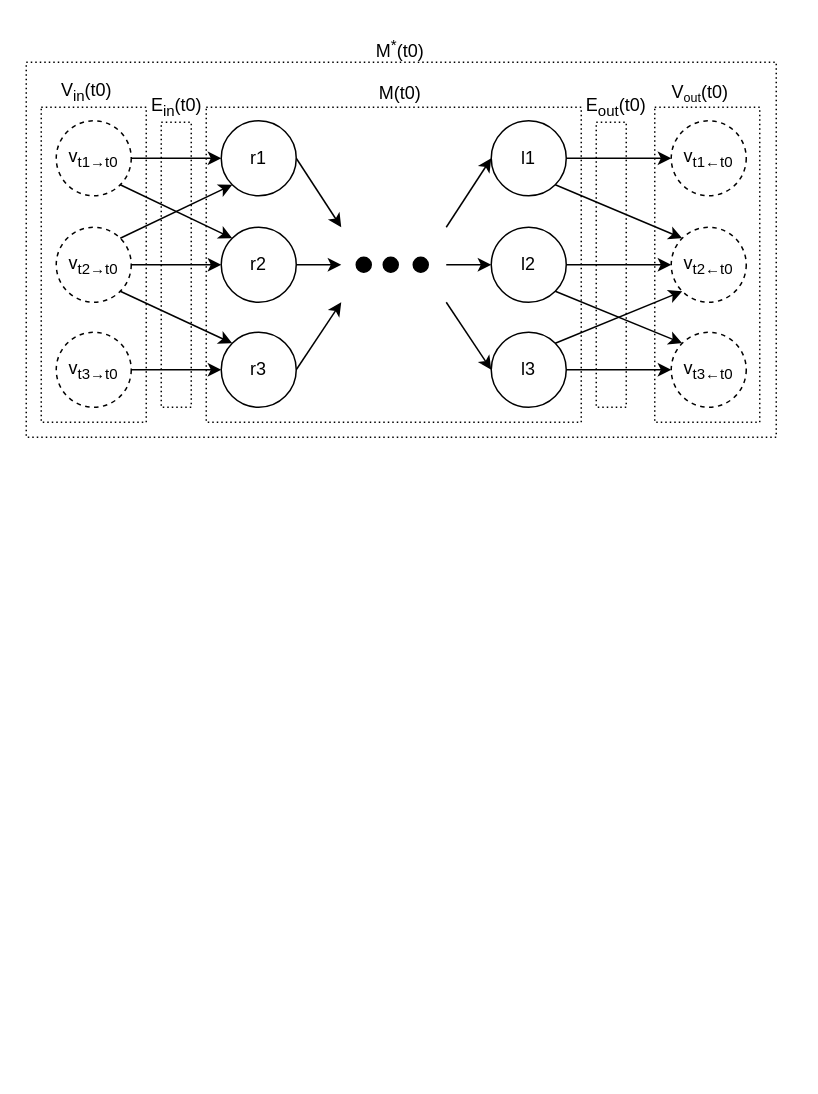
Above: docs/sepia-visualTheory.drawio in josura/c2c-sepia (draw.io), before the change. Source tidied: cells renumbered, new cells numbered last; positions are measured from the earlier drawing's top-left corner, leaving out a move shared by most shapes. Both pictures are drawn from the tidied source at 150%, with x=0, y=0 at pixel (26, 26).
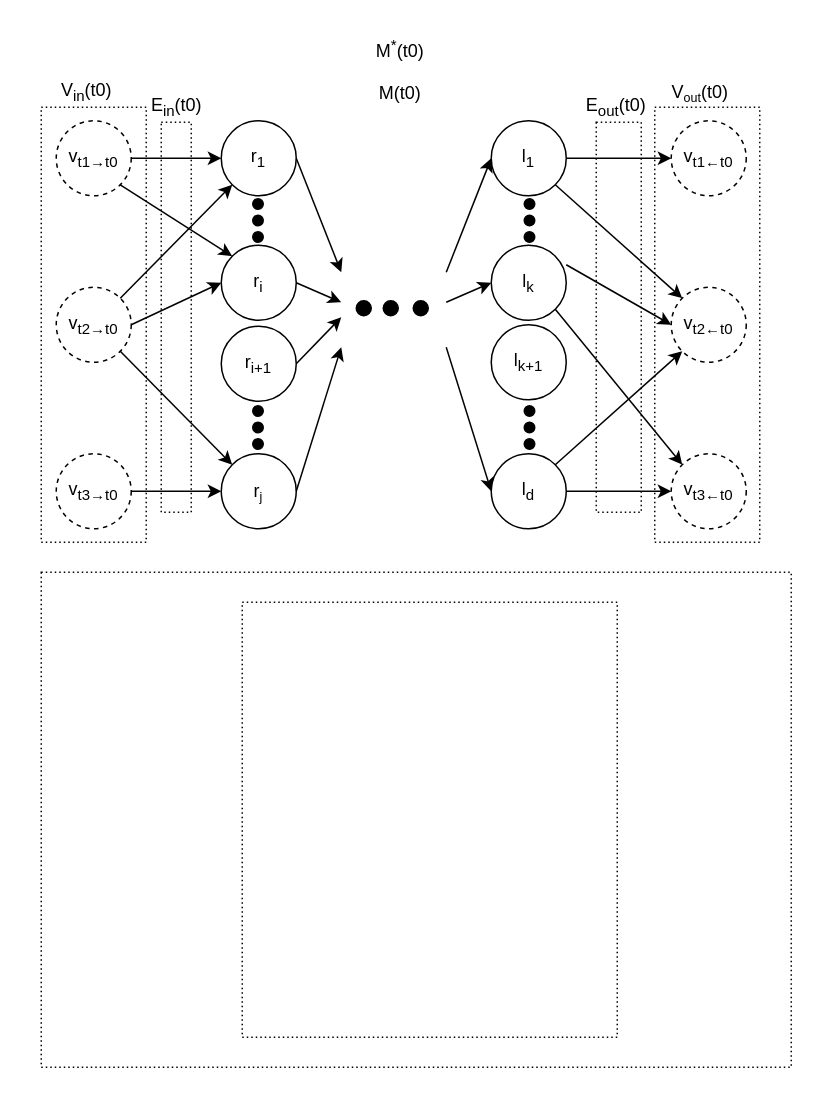
The same diagram, later.

The edit, as a diff of the source:
```diff
@@
     <mxCell id="2" style="rounded=0;whiteSpace=wrap;html=1;fillColor=none;dashed=1;dashPattern=1 2;" parent="1" vertex="1">
-      <mxGeometry y="24" width="500" height="250" as="geometry" />
+      <mxGeometry x="10" y="364" width="500" height="330" as="geometry" />
     </mxCell>
+    <mxCell id="40" style="rounded=0;whiteSpace=wrap;html=1;fillColor=none;dashed=1;dashPattern=1 2;" parent="1" vertex="1">
+      <mxGeometry x="144" y="384" width="250" height="290" as="geometry" />
+    </mxCell>
+    <mxCell id="38" style="rounded=0;whiteSpace=wrap;html=1;fillColor=none;dashed=1;dashPattern=1 2;" parent="1" vertex="1">
+      <mxGeometry x="419" y="54" width="70" height="290" as="geometry" />
+    </mxCell>
     <mxCell id="3" style="rounded=0;whiteSpace=wrap;html=1;fillColor=none;dashed=1;dashPattern=1 2;" parent="1" vertex="1">
-      <mxGeometry x="10" y="54" width="70" height="210" as="geometry" />
+      <mxGeometry x="10" y="54" width="70" height="290" as="geometry" />
     </mxCell>
@@
     <mxCell id="7" value="v&lt;sub&gt;t2&lt;span style=&quot;font-size: 10px;&quot;&gt;→t0&lt;/span&gt;&lt;/sub&gt;" style="ellipse;whiteSpace=wrap;html=1;fillColor=none;dashed=1;" parent="1" vertex="1">
-      <mxGeometry x="20" y="134" width="50" height="50" as="geometry" />
+      <mxGeometry x="20" y="174" width="50" height="50" as="geometry" />
     </mxCell>
     <mxCell id="8" style="edgeStyle=none;rounded=0;jettySize=auto;html=1;exitX=1;exitY=0.5;exitDx=0;exitDy=0;" parent="1" edge="1" source="9">
       <mxGeometry relative="1" as="geometry">
-        <mxPoint x="210" y="159" as="targetPoint" />
+        <mxPoint x="210" y="184" as="targetPoint" />
       </mxGeometry>
     </mxCell>
-    <mxCell id="9" value="r2" style="ellipse;whiteSpace=wrap;html=1;fillColor=none;" parent="1" vertex="1">
-      <mxGeometry x="130" y="134" width="50" height="50" as="geometry" />
+    <mxCell id="9" value="r&lt;sub&gt;i&lt;/sub&gt;" style="ellipse;whiteSpace=wrap;html=1;fillColor=none;" parent="1" vertex="1">
+      <mxGeometry x="130" y="146" width="50" height="50" as="geometry" />
     </mxCell>
     <mxCell id="10" value="v&lt;sub&gt;t2&lt;span style=&quot;font-size: 10px;&quot;&gt;←t0&lt;/span&gt;&lt;/sub&gt;" style="ellipse;whiteSpace=wrap;html=1;fillColor=none;dashed=1;" parent="1" vertex="1">
-      <mxGeometry x="430" y="134" width="50" height="50" as="geometry" />
+      <mxGeometry x="430" y="174" width="50" height="50" as="geometry" />
     </mxCell>
     <mxCell id="11" style="ellipse;whiteSpace=wrap;html=1;fillColor=#000000;" parent="1" vertex="1">
-      <mxGeometry x="220" y="154" width="10" height="10" as="geometry" />
+      <mxGeometry x="220" y="183" width="10" height="10" as="geometry" />
     </mxCell>
     <mxCell id="12" style="ellipse;whiteSpace=wrap;html=1;fillColor=#000000;" parent="1" vertex="1">
-      <mxGeometry x="238" y="154" width="10" height="10" as="geometry" />
+      <mxGeometry x="238" y="183" width="10" height="10" as="geometry" />
     </mxCell>
     <mxCell id="13" style="ellipse;whiteSpace=wrap;html=1;fillColor=#000000;" parent="1" vertex="1">
-      <mxGeometry x="258" y="154" width="10" height="10" as="geometry" />
+      <mxGeometry x="258" y="183" width="10" height="10" as="geometry" />
     </mxCell>
@@
-    <mxCell id="16" value="l2" style="ellipse;whiteSpace=wrap;html=1;fillColor=none;" parent="1" vertex="1">
-      <mxGeometry x="310" y="134" width="50" height="50" as="geometry" />
+    <mxCell id="16" value="l&lt;sub&gt;k&lt;/sub&gt;" style="ellipse;whiteSpace=wrap;html=1;fillColor=none;" parent="1" vertex="1">
+      <mxGeometry x="310" y="146" width="50" height="50" as="geometry" />
     </mxCell>
-    <mxCell id="17" style="edgeStyle=none;rounded=0;orthogonalLoop=1;jettySize=auto;html=1;exitX=1;exitY=0.5;exitDx=0;exitDy=0;" parent="1" edge="1">
+    <mxCell id="17" style="edgeStyle=none;rounded=0;jettySize=auto;html=1;entryX=0;entryY=0.5;entryDx=0;entryDy=0;" parent="1" edge="1" target="16">
       <mxGeometry relative="1" as="geometry">
-        <mxPoint x="280" y="159" as="sourcePoint" />
-        <mxPoint x="310" y="159" as="targetPoint" />
+        <mxPoint x="280" y="184" as="sourcePoint" />
       </mxGeometry>
     </mxCell>
@@
     <mxCell id="21" style="edgeStyle=none;rounded=0;jettySize=auto;html=1;exitX=1;exitY=0.5;exitDx=0;exitDy=0;" parent="1" edge="1" source="22">
       <mxGeometry relative="1" as="geometry">
-        <mxPoint x="210" y="134" as="targetPoint" />
+        <mxPoint x="210" y="164" as="targetPoint" />
       </mxGeometry>
     </mxCell>
-    <mxCell id="22" value="r1" style="ellipse;whiteSpace=wrap;html=1;fillColor=none;" parent="1" vertex="1">
+    <mxCell id="22" value="r&lt;sub&gt;1&lt;/sub&gt;" style="ellipse;whiteSpace=wrap;html=1;fillColor=none;" parent="1" vertex="1">
       <mxGeometry x="130" y="63" width="50" height="50" as="geometry" />
     </mxCell>
@@
     <mxCell id="24" value="v&lt;sub&gt;t3&lt;span style=&quot;font-size: 10px;&quot;&gt;→t0&lt;/span&gt;&lt;/sub&gt;" style="ellipse;whiteSpace=wrap;html=1;fillColor=none;dashed=1;" parent="1" vertex="1">
-      <mxGeometry x="20" y="204" width="50" height="50" as="geometry" />
+      <mxGeometry x="20" y="285" width="50" height="50" as="geometry" />
     </mxCell>
     <mxCell id="25" style="edgeStyle=none;rounded=0;jettySize=auto;html=1;exitX=1;exitY=0.5;exitDx=0;exitDy=0;" parent="1" edge="1" source="26">
       <mxGeometry relative="1" as="geometry">
-        <mxPoint x="210" y="184" as="targetPoint" />
+        <mxPoint x="210" y="214" as="targetPoint" />
       </mxGeometry>
     </mxCell>
-    <mxCell id="26" value="r3" style="ellipse;whiteSpace=wrap;html=1;fillColor=none;" parent="1" vertex="1">
-      <mxGeometry x="130" y="204" width="50" height="50" as="geometry" />
+    <mxCell id="26" value="r&lt;span style=&quot;font-size: 10px;&quot;&gt;&lt;sub&gt;j&lt;/sub&gt;&lt;/span&gt;" style="ellipse;whiteSpace=wrap;html=1;fillColor=none;" parent="1" vertex="1">
+      <mxGeometry x="130" y="285" width="50" height="50" as="geometry" />
     </mxCell>
@@
-    <mxCell id="30" value="l1" style="ellipse;whiteSpace=wrap;html=1;fillColor=none;" parent="1" vertex="1">
+    <mxCell id="30" value="l&lt;sub&gt;1&lt;/sub&gt;" style="ellipse;whiteSpace=wrap;html=1;fillColor=none;" parent="1" vertex="1">
       <mxGeometry x="310" y="63" width="50" height="50" as="geometry" />
     </mxCell>
     <mxCell id="31" value="v&lt;sub&gt;t3&lt;span style=&quot;font-size: 10px;&quot;&gt;←t0&lt;/span&gt;&lt;/sub&gt;" style="ellipse;whiteSpace=wrap;html=1;fillColor=none;dashed=1;" parent="1" vertex="1">
-      <mxGeometry x="430" y="204" width="50" height="50" as="geometry" />
+      <mxGeometry x="430" y="285" width="50" height="50" as="geometry" />
     </mxCell>
-    <mxCell id="32" style="endArrow=classic;html=1;rounded=0;entryX=0;entryY=0.5;entryDx=0;entryDy=0;" parent="1" edge="1" target="31">
-      <mxGeometry relative="1" as="geometry">
-        <mxPoint x="360" y="229" as="sourcePoint" />
-      </mxGeometry>
+    <mxCell id="32" style="endArrow=classic;html=1;rounded=0;entryX=0;entryY=0.5;entryDx=0;entryDy=0;exitX=1;exitY=0.5;exitDx=0;exitDy=0;" parent="1" edge="1" source="34" target="31">
+      <mxGeometry relative="1" as="geometry" />
     </mxCell>
@@
-    <mxCell id="34" value="l3" style="ellipse;whiteSpace=wrap;html=1;fillColor=none;" parent="1" vertex="1">
-      <mxGeometry x="310" y="204" width="50" height="50" as="geometry" />
+    <mxCell id="34" value="l&lt;sub&gt;d&lt;/sub&gt;" style="ellipse;whiteSpace=wrap;html=1;fillColor=none;" parent="1" vertex="1">
+      <mxGeometry x="310" y="285" width="50" height="50" as="geometry" />
     </mxCell>
     <mxCell id="35" style="edgeStyle=none;rounded=0;jettySize=auto;html=1;entryX=0;entryY=0.5;entryDx=0;entryDy=0;" parent="1" edge="1" target="34">
       <mxGeometry relative="1" as="geometry">
-        <mxPoint x="280" y="184" as="sourcePoint" />
+        <mxPoint x="280" y="214" as="sourcePoint" />
       </mxGeometry>
     </mxCell>
-    <mxCell id="36" style="edgeStyle=none;rounded=0;jettySize=auto;html=1;exitX=1;exitY=0.5;exitDx=0;exitDy=0;entryX=0;entryY=0.5;entryDx=0;entryDy=0;" parent="1" edge="1" target="30">
+    <mxCell id="36" style="edgeStyle=none;rounded=0;jettySize=auto;html=1;entryX=0;entryY=0.5;entryDx=0;entryDy=0;" parent="1" edge="1" target="30">
       <mxGeometry relative="1" as="geometry">
-        <mxPoint x="280" y="134" as="sourcePoint" />
+        <mxPoint x="280" y="164" as="sourcePoint" />
       </mxGeometry>
     </mxCell>
@@
-    <mxCell id="38" style="rounded=0;whiteSpace=wrap;html=1;fillColor=none;dashed=1;dashPattern=1 2;" parent="1" vertex="1">
-      <mxGeometry x="419" y="54" width="70" height="210" as="geometry" />
-    </mxCell>
@@
-    <mxCell id="40" style="rounded=0;whiteSpace=wrap;html=1;fillColor=none;dashed=1;dashPattern=1 2;" parent="1" vertex="1">
-      <mxGeometry x="120" y="54" width="250" height="210" as="geometry" />
-    </mxCell>
@@
     <mxCell id="45" style="rounded=0;whiteSpace=wrap;html=1;fillColor=none;dashed=1;dashPattern=1 2;" parent="1" vertex="1">
-      <mxGeometry x="90" y="64" width="20" height="190" as="geometry" />
+      <mxGeometry x="90" y="64" width="20" height="260" as="geometry" />
     </mxCell>
     <mxCell id="46" style="rounded=0;whiteSpace=wrap;html=1;fillColor=none;dashed=1;dashPattern=1 2;" parent="1" vertex="1">
-      <mxGeometry x="380" y="64" width="20" height="190" as="geometry" />
+      <mxGeometry x="380" y="64" width="30" height="260" as="geometry" />
     </mxCell>
+    <mxCell id="47" style="ellipse;whiteSpace=wrap;html=1;fillColor=#000000;rotation=90;" parent="1" vertex="1">
+      <mxGeometry x="151" y="115" width="7" height="7" as="geometry" />
+    </mxCell>
+    <mxCell id="48" style="ellipse;whiteSpace=wrap;html=1;fillColor=#000000;rotation=90;" parent="1" vertex="1">
+      <mxGeometry x="151" y="126" width="7" height="7" as="geometry" />
+    </mxCell>
+    <mxCell id="49" style="ellipse;whiteSpace=wrap;html=1;fillColor=#000000;rotation=90;" parent="1" vertex="1">
+      <mxGeometry x="151" y="137" width="7" height="7" as="geometry" />
+    </mxCell>
+    <mxCell id="50" style="edgeStyle=none;rounded=0;jettySize=auto;html=1;exitX=1;exitY=0.5;exitDx=0;exitDy=0;" parent="1" edge="1" source="51">
+      <mxGeometry relative="1" as="geometry">
+        <mxPoint x="210" y="194" as="targetPoint" />
+      </mxGeometry>
+    </mxCell>
+    <mxCell id="51" value="r&lt;sub&gt;i+1&lt;/sub&gt;" style="ellipse;whiteSpace=wrap;html=1;fillColor=none;" parent="1" vertex="1">
+      <mxGeometry x="130" y="200" width="50" height="50" as="geometry" />
+    </mxCell>
+    <mxCell id="52" style="ellipse;whiteSpace=wrap;html=1;fillColor=#000000;rotation=90;" parent="1" vertex="1">
+      <mxGeometry x="151" y="253" width="7" height="7" as="geometry" />
+    </mxCell>
+    <mxCell id="53" style="ellipse;whiteSpace=wrap;html=1;fillColor=#000000;rotation=90;" parent="1" vertex="1">
+      <mxGeometry x="151" y="264" width="7" height="7" as="geometry" />
+    </mxCell>
+    <mxCell id="54" style="ellipse;whiteSpace=wrap;html=1;fillColor=#000000;rotation=90;" parent="1" vertex="1">
+      <mxGeometry x="151" y="275" width="7" height="7" as="geometry" />
+    </mxCell>
+    <mxCell id="55" style="ellipse;whiteSpace=wrap;html=1;fillColor=#000000;rotation=90;" parent="1" vertex="1">
+      <mxGeometry x="332" y="115" width="7" height="7" as="geometry" />
+    </mxCell>
+    <mxCell id="56" style="ellipse;whiteSpace=wrap;html=1;fillColor=#000000;rotation=90;" parent="1" vertex="1">
+      <mxGeometry x="332" y="126" width="7" height="7" as="geometry" />
+    </mxCell>
+    <mxCell id="57" style="ellipse;whiteSpace=wrap;html=1;fillColor=#000000;rotation=90;" parent="1" vertex="1">
+      <mxGeometry x="332" y="137" width="7" height="7" as="geometry" />
+    </mxCell>
+    <mxCell id="58" style="ellipse;whiteSpace=wrap;html=1;fillColor=#000000;rotation=90;" parent="1" vertex="1">
+      <mxGeometry x="332" y="253" width="7" height="7" as="geometry" />
+    </mxCell>
+    <mxCell id="59" style="ellipse;whiteSpace=wrap;html=1;fillColor=#000000;rotation=90;" parent="1" vertex="1">
+      <mxGeometry x="332" y="264" width="7" height="7" as="geometry" />
+    </mxCell>
+    <mxCell id="60" style="ellipse;whiteSpace=wrap;html=1;fillColor=#000000;rotation=90;" parent="1" vertex="1">
+      <mxGeometry x="332" y="275" width="7" height="7" as="geometry" />
+    </mxCell>
+    <mxCell id="61" value="l&lt;sub&gt;k+1&lt;/sub&gt;" style="ellipse;whiteSpace=wrap;html=1;fillColor=none;" parent="1" vertex="1">
+      <mxGeometry x="310" y="199" width="50" height="50" as="geometry" />
+    </mxCell>
```
